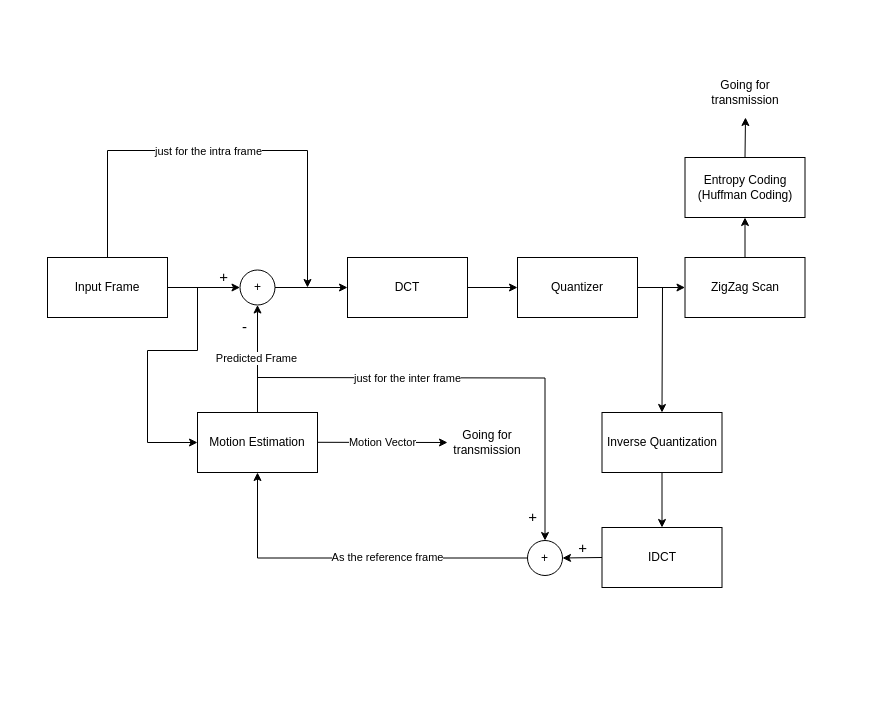
Before: blockDesin.drawio in Amin-Maky/Simple-Videocoding-in-Matlab, a draw.io diagram. Source tidied: cells renumbered, new cells numbered last; positions are measured from the earlier drawing's top-left corner, leaving out a move shared by most shapes. Both pictures are drawn from the tidied source at 100%, with x=0, y=0 at pixel (47, 77).
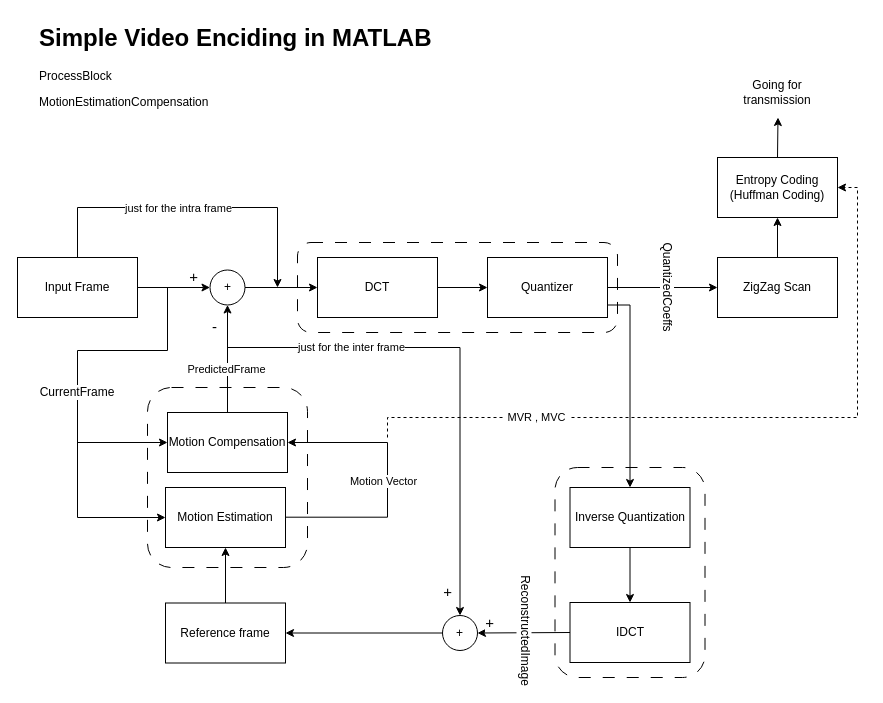
The same page after the edit.

Commit message (it also covers changes not shown here):
Need to Desin ZigZagScan

The change refers to these unchanged cells:
```xml
<mxCell id="23" style="endArrow=classic;html=1;rounded=0;exitX=0;exitY=0.5;exitDx=0;exitDy=0;entryX=1;entryY=0.5;entryDx=0;entryDy=0;" parent="1" edge="1" source="9" target="22">
  <mxGeometry relative="1" as="geometry" />
</mxCell>
```

The edit, as a diff of the source:
```diff
@@
     <mxCell id="2" value="+" style="ellipse;whiteSpace=wrap;html=1;" parent="1" vertex="1">
-      <mxGeometry x="192.5" y="192.5" width="35" height="35" as="geometry" />
+      <mxGeometry x="162.5" y="192.5" width="35" height="35" as="geometry" />
     </mxCell>
     <mxCell id="3" value="Motion Estimation" style="whiteSpace=wrap;html=1;" parent="1" vertex="1">
-      <mxGeometry x="150" y="335" width="120" height="60" as="geometry" />
+      <mxGeometry x="118" y="410" width="120" height="60" as="geometry" />
     </mxCell>
     <mxCell id="4" value="DCT" style="whiteSpace=wrap;html=1;" parent="1" vertex="1">
-      <mxGeometry x="300" y="180" width="120" height="60" as="geometry" />
+      <mxGeometry x="270" y="180" width="120" height="60" as="geometry" />
     </mxCell>
     <mxCell id="5" value="Input Frame" style="whiteSpace=wrap;html=1;" parent="1" vertex="1">
-      <mxGeometry y="180" width="120" height="60" as="geometry" />
+      <mxGeometry x="-30" y="180" width="120" height="60" as="geometry" />
     </mxCell>
     <mxCell id="6" value="Quantizer" style="whiteSpace=wrap;html=1;" parent="1" vertex="1">
-      <mxGeometry x="470" y="180" width="120" height="60" as="geometry" />
+      <mxGeometry x="440" y="180" width="120" height="60" as="geometry" />
     </mxCell>
     <mxCell id="7" value="Entropy Coding&lt;div&gt;(Huffman Coding)&lt;/div&gt;" style="whiteSpace=wrap;html=1;" parent="1" vertex="1">
-      <mxGeometry x="637.5" y="80" width="120" height="60" as="geometry" />
+      <mxGeometry x="670" y="80" width="120" height="60" as="geometry" />
     </mxCell>
     <mxCell id="8" value="Inverse Quantization" style="whiteSpace=wrap;html=1;" parent="1" vertex="1">
-      <mxGeometry x="554.5" y="335" width="120" height="60" as="geometry" />
+      <mxGeometry x="522.5" y="410" width="120" height="60" as="geometry" />
     </mxCell>
     <mxCell id="9" value="IDCT" style="whiteSpace=wrap;html=1;" parent="1" vertex="1">
-      <mxGeometry x="554.5" y="450" width="120" height="60" as="geometry" />
+      <mxGeometry x="522.5" y="525" width="120" height="60" as="geometry" />
     </mxCell>
-    <mxCell id="10" style="endArrow=classic;html=1;rounded=0;entryX=0.5;entryY=1;entryDx=0;entryDy=0;exitX=0.5;exitY=0;exitDx=0;exitDy=0;" parent="1" edge="1" source="3" target="2">
+    <mxCell id="10" style="endArrow=classic;html=1;rounded=0;entryX=0.5;entryY=1;entryDx=0;entryDy=0;exitX=0.5;exitY=0;exitDx=0;exitDy=0;" parent="1" edge="1" source="38" target="2">
       <mxGeometry relative="1" as="geometry" />
     </mxCell>
@@
-    <mxCell id="12" value="Predicted Frame" style="edgeLabel;html=1;align=center;verticalAlign=middle;" parent="10" vertex="1">
-      <mxGeometry x="0.03" y="2" relative="1" as="geometry" />
+    <mxCell id="12" value="PredictedFrame" style="edgeLabel;html=1;align=center;verticalAlign=middle;" parent="10" vertex="1">
+      <mxGeometry x="0.03" y="2" relative="1" as="geometry">
+        <mxPoint y="11" as="offset" />
+      </mxGeometry>
     </mxCell>
@@
     <mxCell id="15" style="endArrow=classic;html=1;rounded=0;entryX=0;entryY=0.5;entryDx=0;entryDy=0;edgeStyle=orthogonalEdgeStyle;" parent="1" edge="1" target="3">
       <mxGeometry relative="1" as="geometry">
-        <mxPoint x="150" y="210" as="sourcePoint" />
+        <mxPoint x="120" y="210" as="sourcePoint" />
         <Array as="points">
-          <mxPoint x="150" y="273" />
-          <mxPoint x="100" y="273" />
-          <mxPoint x="100" y="365" />
+          <mxPoint x="120" y="273" />
+          <mxPoint x="30" y="273" />
+          <mxPoint x="30" y="440" />
         </Array>
       </mxGeometry>
     </mxCell>
-    <mxCell id="16" style="endArrow=classic;html=1;rounded=0;" parent="1" edge="1">
+    <mxCell id="16" style="endArrow=classic;html=1;rounded=0;edgeStyle=orthogonalEdgeStyle;entryX=1;entryY=0.5;entryDx=0;entryDy=0;" parent="1" edge="1" target="38">
       <mxGeometry relative="1" as="geometry">
-        <mxPoint x="270" y="364.8" as="sourcePoint" />
-        <mxPoint x="400" y="365" as="targetPoint" />
+        <mxPoint x="238" y="439.7" as="sourcePoint" />
+        <Array as="points">
+          <mxPoint x="340" y="440" />
+          <mxPoint x="340" y="365" />
+        </Array>
       </mxGeometry>
     </mxCell>
     <mxCell id="17" value="Motion Vector" style="edgeLabel;html=1;align=center;verticalAlign=middle;" parent="16" vertex="1">
-      <mxGeometry relative="1" as="geometry" />
+      <mxGeometry relative="1" as="geometry">
+        <mxPoint x="-5" as="offset" />
+      </mxGeometry>
     </mxCell>
     <mxCell id="18" value="ZigZag Scan" style="rounded=0;whiteSpace=wrap;html=1;" parent="1" vertex="1">
-      <mxGeometry x="637.5" y="180" width="120" height="60" as="geometry" />
+      <mxGeometry x="670" y="180" width="120" height="60" as="geometry" />
     </mxCell>
     <mxCell id="19" style="endArrow=classic;html=1;rounded=0;edgeStyle=orthogonalEdgeStyle;exitX=0.5;exitY=0;exitDx=0;exitDy=0;" parent="1" edge="1" source="5">
       <mxGeometry relative="1" as="geometry">
-        <mxPoint x="260" y="210" as="targetPoint" />
+        <mxPoint x="230" y="210" as="targetPoint" />
         <Array as="points">
-          <mxPoint x="60" y="73" />
-          <mxPoint x="260" y="73" />
+          <mxPoint x="30" y="130" />
+          <mxPoint x="230" y="130" />
         </Array>
       </mxGeometry>
     </mxCell>
@@
     <mxCell id="22" value="+" style="ellipse;whiteSpace=wrap;html=1;" parent="1" vertex="1">
-      <mxGeometry x="480" y="463" width="35" height="35" as="geometry" />
+      <mxGeometry x="395" y="538" width="35" height="35" as="geometry" />
     </mxCell>
@@
     <mxCell id="24" value="&lt;font style=&quot;font-size: 15px;&quot;&gt;+&lt;/font&gt;" style="edgeLabel;html=1;align=right;verticalAlign=bottom;" parent="23" vertex="1">
       <mxGeometry x="1" relative="1" as="geometry">
-        <mxPoint x="25" as="offset" />
+        <mxPoint x="17" as="offset" />
       </mxGeometry>
     </mxCell>
     <mxCell id="25" style="endArrow=classic;html=1;rounded=0;edgeStyle=orthogonalEdgeStyle;entryX=0.5;entryY=0;entryDx=0;entryDy=0;" parent="1" edge="1" target="22">
       <mxGeometry relative="1" as="geometry">
-        <mxPoint x="210" y="300" as="sourcePoint" />
+        <mxPoint x="180" y="270" as="sourcePoint" />
+        <Array as="points">
+          <mxPoint x="412" y="270" />
+          <mxPoint x="412" y="538" />
+        </Array>
       </mxGeometry>
     </mxCell>
     <mxCell id="26" value="just for the inter&amp;nbsp;&lt;span style=&quot;color: light-dark(rgb(0, 0, 0), rgb(255, 255, 255)); background-color: light-dark(#ffffff, var(--ge-dark-color, #121212));&quot;&gt;frame&lt;/span&gt;" style="edgeLabel;html=1;align=center;verticalAlign=middle;" parent="25" vertex="1">
       <mxGeometry relative="1" as="geometry">
-        <mxPoint x="-75" as="offset" />
+        <mxPoint x="-109" y="-18" as="offset" />
       </mxGeometry>
     </mxCell>
-    <mxCell id="27" value="Going for transmission" style="text;html=1;whiteSpace=wrap;strokeColor=none;fillColor=none;align=center;verticalAlign=middle;rounded=0;" parent="1" vertex="1">
-      <mxGeometry x="410" y="350" width="60" height="30" as="geometry" />
-    </mxCell>
     <mxCell id="28" value="&lt;font style=&quot;font-size: 15px;&quot;&gt;+&lt;/font&gt;" style="edgeLabel;html=1;align=right;verticalAlign=bottom;" parent="1" vertex="1">
-      <mxGeometry x="490" y="450" as="geometry" />
+      <mxGeometry x="405" y="525" as="geometry" />
     </mxCell>
-    <mxCell id="29" style="endArrow=classic;html=1;rounded=0;entryX=0.5;entryY=1;entryDx=0;entryDy=0;exitX=0;exitY=0.5;exitDx=0;exitDy=0;edgeStyle=orthogonalEdgeStyle;" parent="1" edge="1" source="22" target="3">
+    <mxCell id="29" style="endArrow=classic;html=1;rounded=0;entryX=1;entryY=0.5;entryDx=0;entryDy=0;exitX=0;exitY=0.5;exitDx=0;exitDy=0;edgeStyle=orthogonalEdgeStyle;" parent="1" edge="1" source="22" target="40">
       <mxGeometry relative="1" as="geometry" />
     </mxCell>
-    <mxCell id="30" value="As the reference frame" style="edgeLabel;html=1;align=center;verticalAlign=middle;" parent="29" vertex="1">
-      <mxGeometry relative="1" as="geometry">
-        <mxPoint x="37" y="-1" as="offset" />
-      </mxGeometry>
-    </mxCell>
@@
-    <mxCell id="33" style="endArrow=classic;html=1;rounded=0;entryX=0.5;entryY=0;entryDx=0;entryDy=0;" parent="1" edge="1" target="8">
+    <mxCell id="33" style="endArrow=classic;html=1;rounded=0;edgeStyle=orthogonalEdgeStyle;entryX=0.5;entryY=0;entryDx=0;entryDy=0;" parent="1" edge="1" target="8">
       <mxGeometry relative="1" as="geometry">
-        <mxPoint x="615" y="210" as="sourcePoint" />
+        <mxPoint x="560" y="227.5" as="sourcePoint" />
+        <Array as="points">
+          <mxPoint x="582" y="227" />
+        </Array>
       </mxGeometry>
     </mxCell>
@@
     <mxCell id="36" style="endArrow=classic;html=1;rounded=0;exitX=0.5;exitY=0;exitDx=0;exitDy=0;" parent="1" edge="1" source="7">
       <mxGeometry relative="1" as="geometry">
-        <mxPoint x="698" y="40" as="targetPoint" />
+        <mxPoint x="730.5" y="40" as="targetPoint" />
       </mxGeometry>
     </mxCell>
     <mxCell id="37" value="Going for transmission" style="text;html=1;whiteSpace=wrap;strokeColor=none;fillColor=none;align=center;verticalAlign=middle;rounded=0;" parent="1" vertex="1">
-      <mxGeometry x="672.5" width="50" height="30" as="geometry" />
+      <mxGeometry x="705" width="50" height="30" as="geometry" />
     </mxCell>
+    <mxCell id="38" value="Motion Compensation" style="rounded=0;whiteSpace=wrap;html=1;" parent="1" vertex="1">
+      <mxGeometry x="120" y="335" width="120" height="60" as="geometry" />
+    </mxCell>
+    <mxCell id="39" style="endArrow=classic;html=1;rounded=0;edgeStyle=orthogonalEdgeStyle;entryX=1;entryY=0.5;entryDx=0;entryDy=0;dashed=1;" parent="1" edge="1" target="7">
+      <mxGeometry relative="1" as="geometry">
+        <mxPoint x="340" y="360" as="sourcePoint" />
+        <Array as="points">
+          <mxPoint x="340" y="340" />
+          <mxPoint x="810" y="340" />
+          <mxPoint x="810" y="110" />
+        </Array>
+      </mxGeometry>
+    </mxCell>
+    <mxCell id="40" value="Reference frame" style="rounded=0;whiteSpace=wrap;html=1;" parent="1" vertex="1">
+      <mxGeometry x="118" y="525.5" width="120" height="60" as="geometry" />
+    </mxCell>
+    <mxCell id="41" style="endArrow=classic;html=1;rounded=0;exitX=0.5;exitY=0;exitDx=0;exitDy=0;entryX=0.5;entryY=1;entryDx=0;entryDy=0;" parent="1" edge="1" source="40" target="3">
+      <mxGeometry relative="1" as="geometry" />
+    </mxCell>
+    <mxCell id="42" style="endArrow=classic;html=1;rounded=0;entryX=0;entryY=0.5;entryDx=0;entryDy=0;" parent="1" edge="1" target="38">
+      <mxGeometry relative="1" as="geometry">
+        <mxPoint x="30" y="365" as="sourcePoint" />
+      </mxGeometry>
+    </mxCell>
+    <mxCell id="43" style="rounded=1;whiteSpace=wrap;html=1;fillColor=none;dashed=1;dashPattern=12 12;strokeColor=light-dark(#000000,#FF0000);" parent="1" vertex="1">
+      <mxGeometry x="250" y="165" width="320" height="90" as="geometry" />
+    </mxCell>
+    <mxCell id="44" style="rounded=1;whiteSpace=wrap;html=1;fillColor=none;dashed=1;dashPattern=12 12;strokeColor=light-dark(#000000,#FF0000);" parent="1" vertex="1">
+      <mxGeometry x="507.5" y="390" width="150" height="210" as="geometry" />
+    </mxCell>
+    <mxCell id="45" value="&lt;h1 style=&quot;margin-top: 0px;&quot;&gt;Simple Video Enciding in MATLAB&lt;/h1&gt;&lt;p&gt;&lt;font style=&quot;color: light-dark(rgb(0, 0, 0), rgb(255, 0, 0));&quot;&gt;ProcessBlock&lt;/font&gt;&lt;/p&gt;&lt;p&gt;&lt;font style=&quot;color: light-dark(rgb(0, 0, 0), rgb(0, 0, 255));&quot;&gt;MotionEstimationCompensation&lt;/font&gt;&lt;/p&gt;" style="text;html=1;whiteSpace=wrap;overflow=hidden;rounded=0;" parent="1" vertex="1">
+      <mxGeometry x="-10" y="-60" width="440" height="120" as="geometry" />
+    </mxCell>
+    <mxCell id="46" value="&lt;span style=&quot;background-color: light-dark(#ffffff, var(--ge-dark-color, #121212));&quot;&gt;QuantizedCoeffs&lt;/span&gt;" style="text;html=1;whiteSpace=wrap;strokeColor=none;fillColor=none;align=center;verticalAlign=middle;rounded=0;rotation=90;" parent="1" vertex="1">
+      <mxGeometry x="590" y="195" width="60" height="30" as="geometry" />
+    </mxCell>
+    <mxCell id="47" value="ReconstructedImage" style="text;html=1;whiteSpace=wrap;strokeColor=none;fillColor=none;align=center;verticalAlign=middle;rounded=0;labelBackgroundColor=default;rotation=90;" parent="1" vertex="1">
+      <mxGeometry x="447.5" y="538" width="60" height="30" as="geometry" />
+    </mxCell>
+    <mxCell id="48" style="rounded=1;whiteSpace=wrap;html=1;fillColor=none;dashed=1;dashPattern=12 12;strokeColor=light-dark(#000000,#0000FF);" parent="1" vertex="1">
+      <mxGeometry x="100" y="310" width="160" height="180" as="geometry" />
+    </mxCell>
+    <mxCell id="49" value="CurrentFrame" style="text;html=1;whiteSpace=wrap;strokeColor=none;fillColor=none;align=center;verticalAlign=middle;rounded=0;labelBackgroundColor=default;" parent="1" vertex="1">
+      <mxGeometry y="300" width="60" height="30" as="geometry" />
+    </mxCell>
+    <mxCell id="50" value="&lt;span style=&quot;background-color: light-dark(#ffffff, var(--ge-dark-color, #121212));&quot;&gt;&amp;nbsp;MVR , MVC&amp;nbsp;&lt;/span&gt;" style="text;html=1;whiteSpace=wrap;strokeColor=none;fillColor=none;align=center;verticalAlign=middle;rounded=0;fontSize=11;" parent="1" vertex="1">
+      <mxGeometry x="447.5" y="330" width="82.5" height="20" as="geometry" />
+    </mxCell>
```
